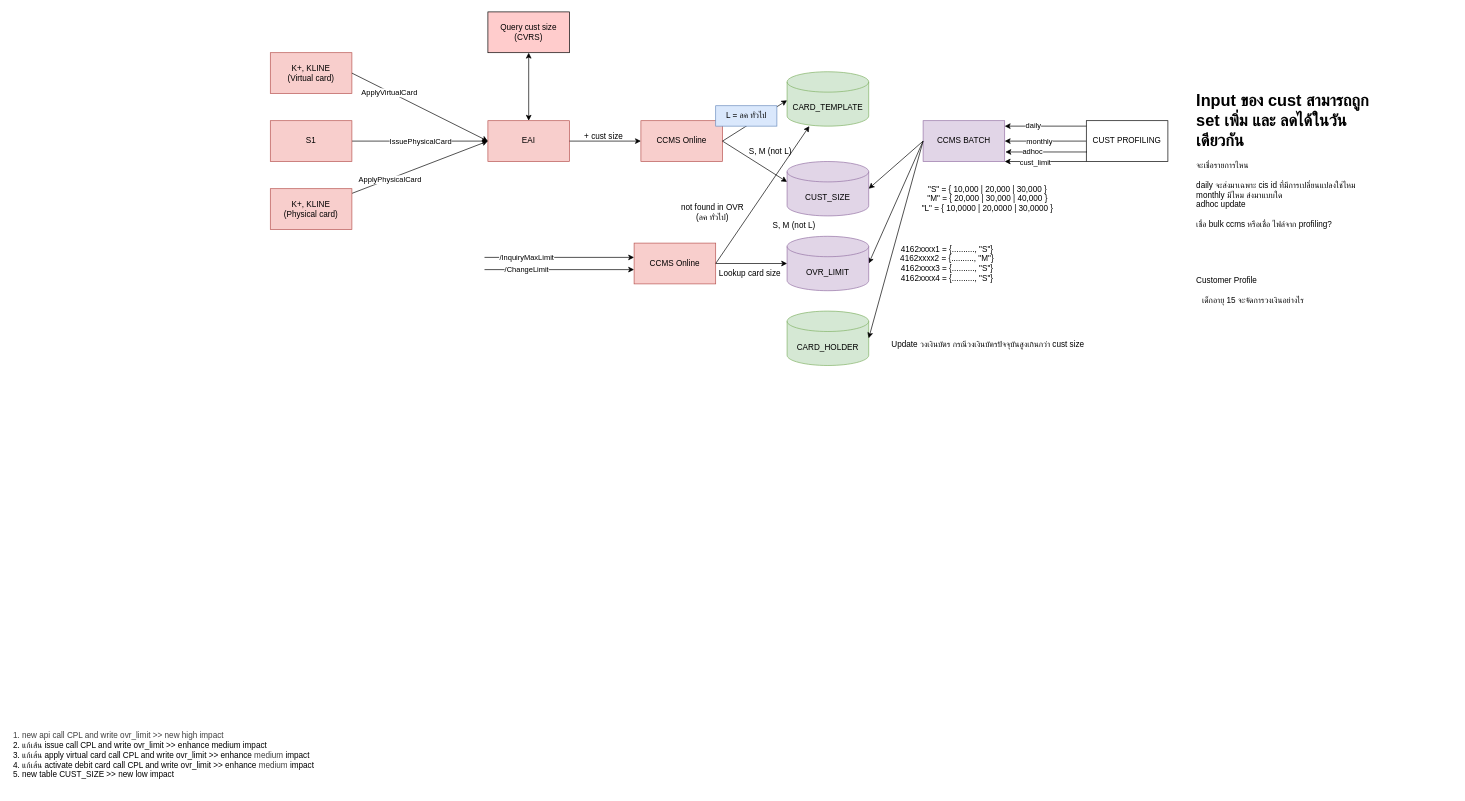
This is page "CUST Profiling" (7 of 8) of CCMS_Project.drawio from chawaratr/drawio, a draw.io file, before an edit. Source tidied: cells renumbered, new cells numbered last; positions are measured from the earlier drawing's top-left corner, leaving out a move shared by most shapes. Both pictures are drawn from the tidied source at 68%, with x=0, y=0 at pixel (12, 12).
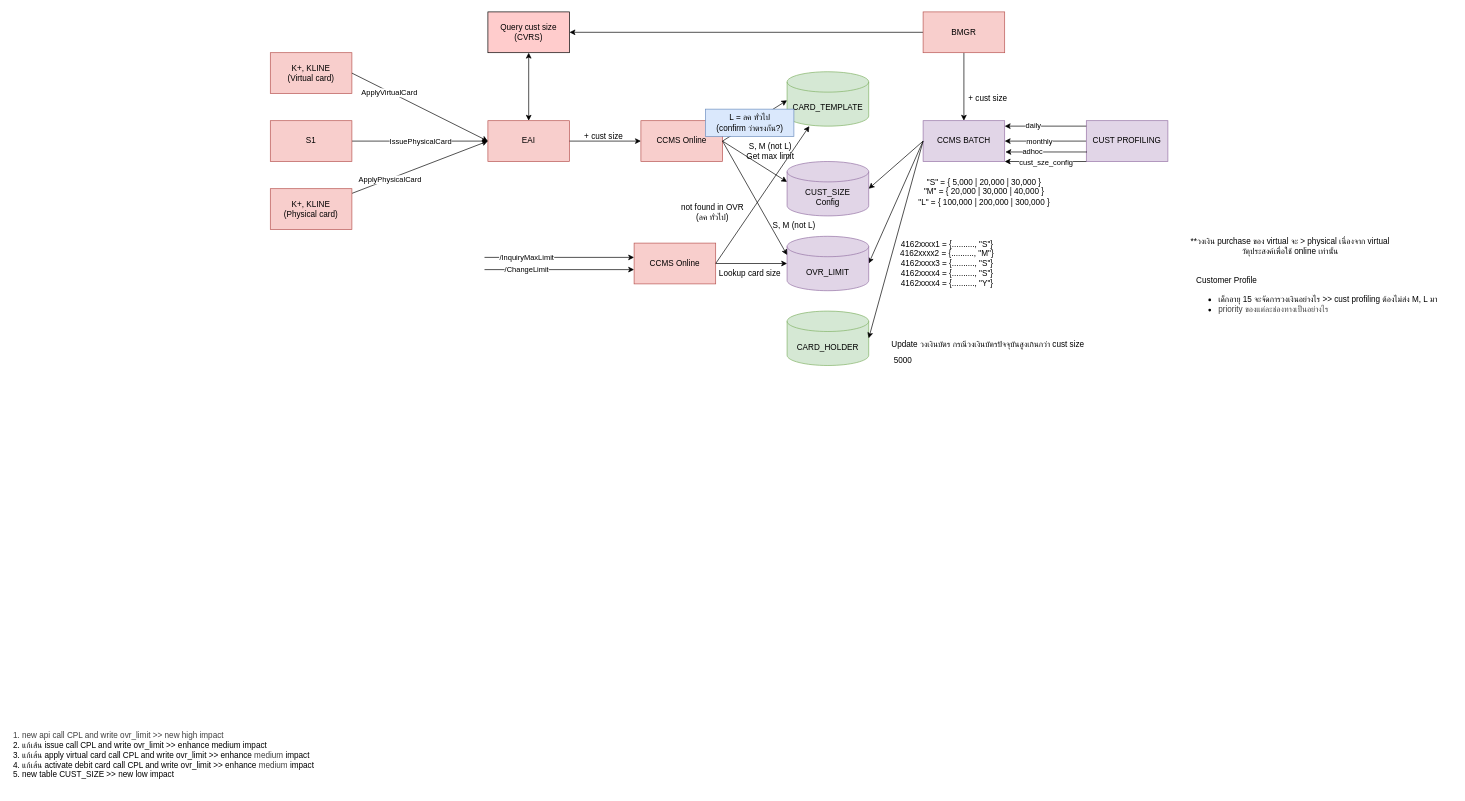
After the change.

The change refers to these unchanged cells:
```xml
<mxCell id="2" value="CCMS Online" style="rounded=0;whiteSpace=wrap;html=1;fillColor=#f8cecc;strokeColor=#b85450;" parent="1" vertex="1">
  <mxGeometry x="925" y="160" width="120" height="60" as="geometry" />
</mxCell>
<mxCell id="5" value="CCMS BATCH" style="rounded=0;whiteSpace=wrap;html=1;fillColor=#e1d5e7;strokeColor=#9673a6;" parent="1" vertex="1">
  <mxGeometry x="1340" y="160" width="120" height="60" as="geometry" />
</mxCell>
<mxCell id="11" value="OVR_LIMIT" style="shape=cylinder3;whiteSpace=wrap;html=1;boundedLbl=1;backgroundOutline=1;size=15;fillColor=#e1d5e7;strokeColor=#9673a6;" parent="1" vertex="1">
  <mxGeometry x="1140" y="330" width="120" height="80" as="geometry" />
</mxCell>
<mxCell id="15" value="Query cust size&lt;div&gt;(CVRS)&lt;/div&gt;" style="rounded=0;whiteSpace=wrap;html=1;fillColor=#FFCCCC;" parent="1" vertex="1">
  <mxGeometry x="700" width="120" height="60" as="geometry" />
</mxCell>
<mxCell id="41" style="endArrow=classic;html=1;entryX=1;entryY=1;entryDx=0;entryDy=0;exitX=0;exitY=1;exitDx=0;exitDy=0;" parent="1" edge="1" source="8" target="5">
  <mxGeometry relative="1" as="geometry" />
</mxCell>
```

The edit, as a diff of the source:
```diff
@@
-    <mxCell id="8" value="CUST PROFILING" style="rounded=0;whiteSpace=wrap;html=1;" parent="1" vertex="1">
+    <mxCell id="8" value="CUST PROFILING" style="rounded=0;whiteSpace=wrap;html=1;fillColor=#e1d5e7;strokeColor=#9673a6;" parent="1" vertex="1">
       <mxGeometry x="1580" y="160" width="120" height="60" as="geometry" />
     </mxCell>
@@
-    <mxCell id="10" value="&lt;span style=&quot;color: rgb(0, 0, 0);&quot;&gt;CUST_SIZE&lt;/span&gt;" style="shape=cylinder3;whiteSpace=wrap;html=1;boundedLbl=1;backgroundOutline=1;size=15;fillColor=#e1d5e7;strokeColor=#9673a6;" parent="1" vertex="1">
+    <mxCell id="10" value="&lt;span style=&quot;color: rgb(0, 0, 0);&quot;&gt;CUST_SIZE&lt;/span&gt;&lt;div&gt;&lt;font color=&quot;#000000&quot;&gt;Config&lt;/font&gt;&lt;/div&gt;" style="shape=cylinder3;whiteSpace=wrap;html=1;boundedLbl=1;backgroundOutline=1;size=15;fillColor=#e1d5e7;strokeColor=#9673a6;" parent="1" vertex="1">
       <mxGeometry x="1140" y="220" width="120" height="80" as="geometry" />
     </mxCell>
@@
-    <mxCell id="13" value="&lt;h1 style=&quot;margin-top: 0px;&quot;&gt;Input ของ cust สามารถถูก set เพิ่ม และ ลดได้ในวันเดียวกัน&lt;/h1&gt;&lt;div&gt;จะเชื่อรายการไหน&lt;/div&gt;&lt;div&gt;&lt;br&gt;&lt;/div&gt;&lt;div&gt;daily จะส่งมาเฉพาะ cis id ที่มีการเปลี่ยนแปลงใช่ไหม&lt;/div&gt;&lt;div&gt;monthly มีไหม ส่งมาแบบใด&lt;/div&gt;&lt;div&gt;adhoc update&lt;/div&gt;&lt;div&gt;&lt;br&gt;&lt;/div&gt;&lt;div&gt;เชื่อ bulk ccms หรือเชื่อ ไฟล์จาก profiling?&lt;/div&gt;&lt;div&gt;&lt;br&gt;&lt;/div&gt;" style="text;html=1;whiteSpace=wrap;overflow=hidden;rounded=0;" parent="1" vertex="1">
-      <mxGeometry x="1740" y="110" width="280" height="260" as="geometry" />
-    </mxCell>
@@
-    <mxCell id="21" value="เด็กอายุ 15 จะจัดการวงเงินอย่างไร" style="text;html=1;align=center;verticalAlign=middle;strokeColor=none;fillColor=none;" parent="1" vertex="1">
-      <mxGeometry x="1730" y="410" width="190" height="30" as="geometry" />
+    <mxCell id="21" value="&lt;ul&gt;&lt;li&gt;เด็กอายุ 15 จะจัดการวงเงินอย่างไร &amp;gt;&amp;gt; cust profiling ต้องไม่ส่ง M, L มา&lt;/li&gt;&lt;li style=&quot;text-align: left;&quot;&gt;&lt;span style=&quot;color: rgb(63, 63, 63); text-wrap: wrap;&quot;&gt;priority ของแต่ละช่องทางเป็นอย่างไร&lt;/span&gt;&lt;/li&gt;&lt;/ul&gt;" style="text;html=1;align=center;verticalAlign=middle;strokeColor=none;fillColor=none;" parent="1" vertex="1">
+      <mxGeometry x="1710" y="390" width="410" height="80" as="geometry" />
     </mxCell>
@@
-    <mxCell id="39" value="S, M (not L)" style="text;html=1;align=center;verticalAlign=middle;strokeColor=none;fillColor=none;" parent="1" vertex="1">
-      <mxGeometry x="1070" y="190" width="90" height="30" as="geometry" />
+    <mxCell id="39" value="S, M (not L)&lt;div&gt;Get max limit&lt;/div&gt;" style="text;html=1;align=center;verticalAlign=middle;strokeColor=none;fillColor=none;" parent="1" vertex="1">
+      <mxGeometry x="1070" y="185" width="90" height="40" as="geometry" />
     </mxCell>
-    <mxCell id="40" value="L = ลค ทั่วไป" style="text;html=1;align=center;verticalAlign=middle;strokeColor=#6c8ebf;fillColor=#dae8fc;" parent="1" vertex="1">
-      <mxGeometry x="1035" y="138" width="90" height="30" as="geometry" />
+    <mxCell id="40" value="L = ลค ทั่วไป&lt;div&gt;(confirm ว่าตรงกัน?)&lt;/div&gt;" style="text;html=1;align=center;verticalAlign=middle;strokeColor=#6c8ebf;fillColor=#dae8fc;" parent="1" vertex="1">
+      <mxGeometry x="1020" y="143" width="130" height="40" as="geometry" />
     </mxCell>
@@
-    <mxCell id="42" value="cust_limit" style="edgeLabel;html=1;align=center;verticalAlign=middle;" parent="41" vertex="1">
-      <mxGeometry x="0.27" y="1" relative="1" as="geometry" />
+    <mxCell id="42" value="cust_sze_config" style="edgeLabel;html=1;align=center;verticalAlign=middle;" parent="41" vertex="1">
+      <mxGeometry x="0.27" y="1" relative="1" as="geometry">
+        <mxPoint x="16" y="-1" as="offset" />
+      </mxGeometry>
     </mxCell>
-    <mxCell id="43" value="&quot;S&quot; = { 10,000 | 20,000 | 30,000 }&lt;div&gt;&lt;span style=&quot;color: rgb(0, 0, 0);&quot;&gt;&quot;M&quot; = { 20,000 | 30,000 | 40,000 }&lt;/span&gt;&lt;br&gt;&lt;/div&gt;&lt;div&gt;&lt;span style=&quot;color: rgb(0, 0, 0);&quot;&gt;&quot;L&quot; = { 10,0000 | 20,0000 | 30,0000 }&lt;/span&gt;&lt;span style=&quot;color: rgb(0, 0, 0);&quot;&gt;&lt;br&gt;&lt;/span&gt;&lt;/div&gt;" style="text;html=1;align=center;verticalAlign=middle;whiteSpace=wrap;rounded=0;" parent="1" vertex="1">
-      <mxGeometry x="1300" y="260" width="270" height="30" as="geometry" />
+    <mxCell id="43" value="&quot;S&quot; = { 5,000 | 20,000 | 30,000 }&lt;div&gt;&lt;span style=&quot;color: rgb(0, 0, 0);&quot;&gt;&quot;M&quot; = { 20,000 | 30,000 | 40,000 }&lt;/span&gt;&lt;br&gt;&lt;/div&gt;&lt;div&gt;&lt;span style=&quot;color: rgb(0, 0, 0);&quot;&gt;&quot;L&quot; = { 100,000 | 200,000 | 300,000 }&lt;/span&gt;&lt;span style=&quot;color: rgb(0, 0, 0);&quot;&gt;&lt;br&gt;&lt;/span&gt;&lt;/div&gt;" style="text;html=1;align=center;verticalAlign=middle;whiteSpace=wrap;rounded=0;" parent="1" vertex="1">
+      <mxGeometry x="1295" y="250" width="270" height="30" as="geometry" />
     </mxCell>
@@
-    <mxCell id="52" value="4162xxxx1 = {.........., &quot;S&quot;}&lt;div&gt;&lt;span style=&quot;color: rgb(0, 0, 0);&quot;&gt;4162xxxx2 = {.........., &quot;M&quot;}&lt;/span&gt;&lt;br&gt;&lt;/div&gt;&lt;div&gt;&lt;span style=&quot;color: rgb(0, 0, 0);&quot;&gt;4162xxxx3 = {.........., &quot;S&quot;}&lt;/span&gt;&lt;span style=&quot;color: rgb(0, 0, 0);&quot;&gt;&lt;br&gt;&lt;/span&gt;&lt;/div&gt;&lt;div&gt;&lt;span style=&quot;color: rgb(0, 0, 0);&quot;&gt;4162xxxx4 = {.........., &quot;S&quot;}&lt;/span&gt;&lt;span style=&quot;color: rgb(0, 0, 0);&quot;&gt;&lt;br&gt;&lt;/span&gt;&lt;/div&gt;" style="text;html=1;align=center;verticalAlign=middle;strokeColor=none;fillColor=none;" parent="1" vertex="1">
-      <mxGeometry x="1295" y="335" width="160" height="70" as="geometry" />
+    <mxCell id="52" value="4162xxxx1 = {.........., &quot;S&quot;}&lt;div&gt;&lt;span style=&quot;color: rgb(0, 0, 0);&quot;&gt;4162xxxx2 = {.........., &quot;M&quot;}&lt;/span&gt;&lt;br&gt;&lt;/div&gt;&lt;div&gt;&lt;span style=&quot;color: rgb(0, 0, 0);&quot;&gt;4162xxxx3 = {.........., &quot;S&quot;}&lt;/span&gt;&lt;span style=&quot;color: rgb(0, 0, 0);&quot;&gt;&lt;br&gt;&lt;/span&gt;&lt;/div&gt;&lt;div&gt;&lt;span style=&quot;color: rgb(0, 0, 0);&quot;&gt;4162xxxx4 = {.........., &quot;S&quot;}&lt;/span&gt;&lt;span style=&quot;color: rgb(0, 0, 0);&quot;&gt;&lt;br&gt;&lt;/span&gt;&lt;/div&gt;&lt;div&gt;&lt;span style=&quot;color: rgb(0, 0, 0);&quot;&gt;&lt;span style=&quot;color: rgb(0, 0, 0);&quot;&gt;4162xxxx4 = {.........., &quot;Y&quot;}&lt;/span&gt;&lt;br&gt;&lt;/span&gt;&lt;/div&gt;" style="text;html=1;align=center;verticalAlign=middle;strokeColor=none;fillColor=none;" parent="1" vertex="1">
+      <mxGeometry x="1295" y="325" width="160" height="90" as="geometry" />
     </mxCell>
@@
+    <mxCell id="55" style="edgeStyle=none;html=1;" parent="1" edge="1" source="57" target="5">
+      <mxGeometry relative="1" as="geometry" />
+    </mxCell>
+    <mxCell id="56" style="edgeStyle=none;html=1;entryX=1;entryY=0.5;entryDx=0;entryDy=0;" parent="1" edge="1" source="57" target="15">
+      <mxGeometry relative="1" as="geometry" />
+    </mxCell>
+    <mxCell id="57" value="BMGR" style="rounded=0;whiteSpace=wrap;html=1;fillColor=#f8cecc;strokeColor=#b85450;" parent="1" vertex="1">
+      <mxGeometry x="1340" width="120" height="60" as="geometry" />
+    </mxCell>
+    <mxCell id="58" value="+ cust size" style="text;html=1;align=center;verticalAlign=middle;strokeColor=none;fillColor=none;" parent="1" vertex="1">
+      <mxGeometry x="1395" y="113" width="80" height="30" as="geometry" />
+    </mxCell>
+    <mxCell id="59" value="**วงเงิน purchase ของ virtual จะ &amp;gt; physical เนื่องจาก virtual วัตุประสงค์เพื่อใช้ online เท่านั้น" style="text;html=1;align=center;verticalAlign=middle;whiteSpace=wrap;rounded=0;" parent="1" vertex="1">
+      <mxGeometry x="1730" y="330" width="300" height="30" as="geometry" />
+    </mxCell>
+    <mxCell id="60" style="endArrow=classic;html=1;exitX=1;exitY=0.5;exitDx=0;exitDy=0;entryX=0;entryY=0;entryDx=0;entryDy=27.5;entryPerimeter=0;" parent="1" edge="1" source="2" target="11">
+      <mxGeometry relative="1" as="geometry" />
+    </mxCell>
+    <mxCell id="61" value="5000" style="text;html=1;align=center;verticalAlign=middle;strokeColor=none;fillColor=none;" parent="1" vertex="1">
+      <mxGeometry x="1285" y="498" width="50" height="30" as="geometry" />
+    </mxCell>
```
